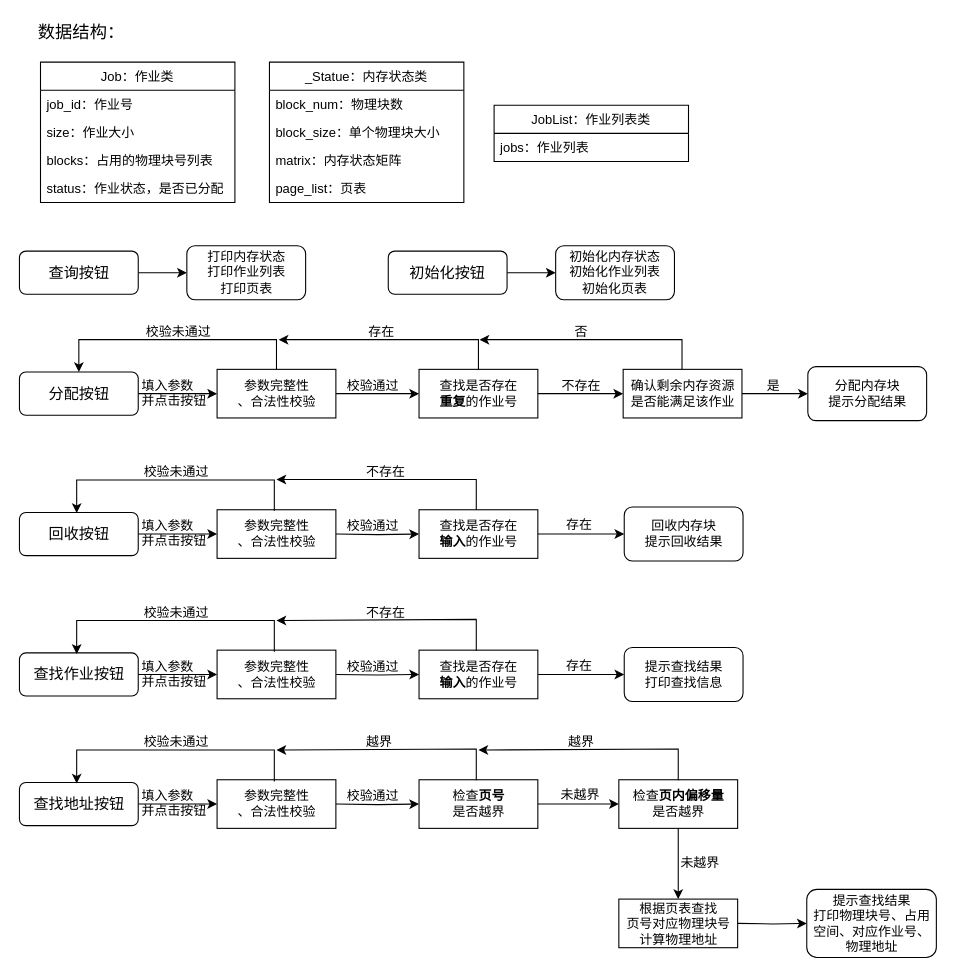
Above: 实验四-基本分页存储管理/实验四流程.drawio in DrSHW/OS-experiments (draw.io), before the change. Source tidied: cells renumbered, new cells numbered last; positions are measured from the earlier drawing's top-left corner, leaving out a move shared by most shapes. Both pictures are drawn from the tidied source at 108%, with x=0, y=0 at pixel (18, 18).
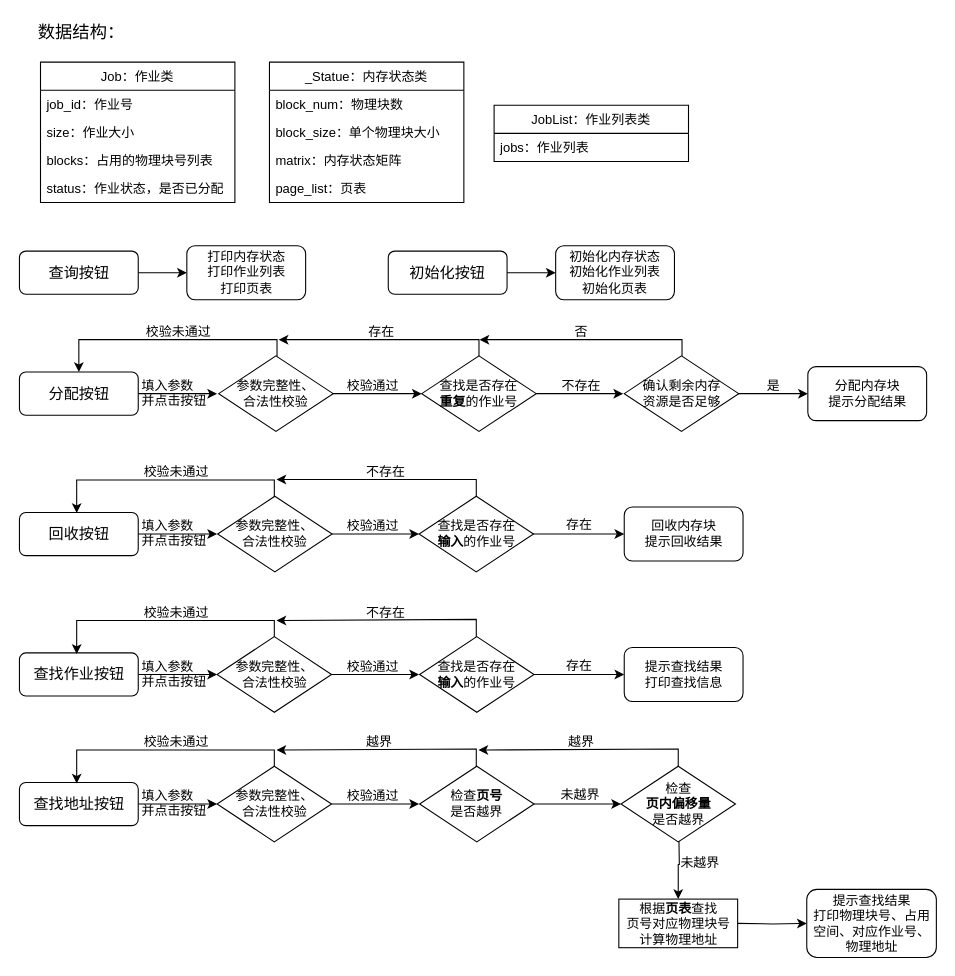
Above is the later version.

The change refers to these unchanged cells:
```xml
<mxCell id="2" value="&lt;font style=&quot;font-size: 14px&quot;&gt;分配按钮&lt;/font&gt;" style="rounded=1;whiteSpace=wrap;html=1;" parent="1" vertex="1">
  <mxGeometry x="0.5" y="327" width="110" height="40" as="geometry" />
</mxCell>
<mxCell id="19" value="&lt;font style=&quot;font-size: 12px&quot;&gt;分配内存块&lt;br&gt;提示分配结果&lt;br&gt;&lt;/font&gt;" style="rounded=1;whiteSpace=wrap;html=1;" parent="1" vertex="1">
  <mxGeometry x="730.5" y="322" width="110" height="50" as="geometry" />
</mxCell>
```

Change to the diagram source:
```diff
@@
-    <mxCell id="3" style="edgeStyle=orthogonalEdgeStyle;rounded=0;jettySize=auto;html=1;" parent="1" edge="1" source="4" target="6">
+    <mxCell id="3" style="edgeStyle=orthogonalEdgeStyle;rounded=0;jettySize=auto;html=1;exitX=0.991;exitY=0.5;exitDx=0;exitDy=0;exitPerimeter=0;entryX=0;entryY=0.5;entryDx=0;entryDy=0;" parent="1" edge="1" source="93" target="6">
       <mxGeometry relative="1" as="geometry" />
     </mxCell>
-    <mxCell id="4" value="参数完整性&lt;br&gt;、合法性校验" style="rounded=0;whiteSpace=wrap;html=1;" parent="1" vertex="1">
-      <mxGeometry x="183.5" y="324.5" width="110" height="45" as="geometry" />
-    </mxCell>
-    <mxCell id="5" style="edgeStyle=orthogonalEdgeStyle;rounded=0;jettySize=auto;html=1;" parent="1" edge="1" source="6" target="8">
-      <mxGeometry relative="1" as="geometry" />
+    <mxCell id="5" style="edgeStyle=orthogonalEdgeStyle;rounded=0;jettySize=auto;html=1;exitX=1;exitY=0.5;exitDx=0;exitDy=0;" parent="1" edge="1" source="6">
+      <mxGeometry relative="1" as="geometry">
+        <mxPoint x="559.5" y="347" as="targetPoint" />
+      </mxGeometry>
     </mxCell>
-    <mxCell id="6" value="查找是否存在&lt;br&gt;&lt;b&gt;重复&lt;/b&gt;的作业号" style="rounded=0;whiteSpace=wrap;html=1;" parent="1" vertex="1">
-      <mxGeometry x="370.5" y="324.5" width="110" height="45" as="geometry" />
-    </mxCell>
-    <mxCell id="7" style="edgeStyle=orthogonalEdgeStyle;rounded=0;jettySize=auto;html=1;entryX=0;entryY=0.5;entryDx=0;entryDy=0;" parent="1" edge="1" source="8" target="19">
+    <mxCell id="7" style="edgeStyle=orthogonalEdgeStyle;rounded=0;jettySize=auto;html=1;entryX=0;entryY=0.5;entryDx=0;entryDy=0;exitX=0.939;exitY=0.5;exitDx=0;exitDy=0;exitPerimeter=0;" parent="1" edge="1" source="94" target="19">
       <mxGeometry relative="1" as="geometry" />
     </mxCell>
-    <mxCell id="8" value="确认剩余内存资源&lt;br&gt;是否能满足该作业" style="rounded=0;whiteSpace=wrap;html=1;" parent="1" vertex="1">
-      <mxGeometry x="559.5" y="324.5" width="110" height="45" as="geometry" />
-    </mxCell>
-    <mxCell id="9" style="endArrow=classic;html=1;entryX=0;entryY=0.5;entryDx=0;entryDy=0;" parent="1" edge="1" target="4">
+    <mxCell id="9" style="endArrow=classic;html=1;entryX=0;entryY=0.5;entryDx=0;entryDy=0;" parent="1" edge="1">
       <mxGeometry relative="1" as="geometry">
         <mxPoint x="110.5" y="347" as="sourcePoint" />
+        <mxPoint x="183.5" y="347" as="targetPoint" />
       </mxGeometry>
     </mxCell>
@@
-    <mxCell id="12" style="endArrow=classic;html=1;entryX=0.5;entryY=0;entryDx=0;entryDy=0;edgeStyle=orthogonalEdgeStyle;exitX=0.5;exitY=0;exitDx=0;exitDy=0;rounded=0;" parent="1" edge="1" source="4" target="2">
+    <mxCell id="12" style="endArrow=classic;html=1;entryX=0.5;entryY=0;entryDx=0;entryDy=0;edgeStyle=orthogonalEdgeStyle;exitX=0.5;exitY=0;exitDx=0;exitDy=0;rounded=0;" parent="1" edge="1" target="2">
       <mxGeometry relative="1" as="geometry">
+        <mxPoint x="239" y="325" as="sourcePoint" />
         <Array as="points">
           <mxPoint x="238.5" y="297" />
           <mxPoint x="55.5" y="297" />
         </Array>
       </mxGeometry>
     </mxCell>
@@
-    <mxCell id="14" style="endArrow=classic;html=1;edgeStyle=orthogonalEdgeStyle;rounded=0;exitX=0.5;exitY=0;exitDx=0;exitDy=0;" parent="1" edge="1" source="6">
+    <mxCell id="14" style="endArrow=classic;html=1;edgeStyle=orthogonalEdgeStyle;rounded=0;exitX=0.5;exitY=0;exitDx=0;exitDy=0;" parent="1" edge="1">
       <mxGeometry relative="1" as="geometry">
+        <mxPoint x="426" y="325" as="sourcePoint" />
         <mxPoint x="240.5" y="297" as="targetPoint" />
         <Array as="points">
           <mxPoint x="425.5" y="297" />
         </Array>
       </mxGeometry>
     </mxCell>
@@
-    <mxCell id="22" value="参数完整性&lt;br&gt;、合法性校验" style="rounded=0;whiteSpace=wrap;html=1;" parent="1" vertex="1">
-      <mxGeometry x="183.5" y="454.5" width="110" height="45" as="geometry" />
-    </mxCell>
-    <mxCell id="23" style="endArrow=classic;html=1;entryX=0;entryY=0.5;entryDx=0;entryDy=0;" parent="1" edge="1" target="22">
+    <mxCell id="23" style="endArrow=classic;html=1;entryX=0;entryY=0.5;entryDx=0;entryDy=0;" parent="1" edge="1">
       <mxGeometry relative="1" as="geometry">
         <mxPoint x="110.5" y="477" as="sourcePoint" />
+        <mxPoint x="183.5" y="477" as="targetPoint" />
       </mxGeometry>
     </mxCell>
@@
-    <mxCell id="25" style="edgeStyle=orthogonalEdgeStyle;rounded=0;jettySize=auto;html=1;" parent="1" edge="1" target="27">
+    <mxCell id="25" style="edgeStyle=orthogonalEdgeStyle;rounded=0;jettySize=auto;html=1;exitX=1;exitY=0.5;exitDx=0;exitDy=0;" parent="1" edge="1" source="89">
       <mxGeometry relative="1" as="geometry">
-        <mxPoint x="293.5" y="477" as="sourcePoint" />
+        <mxPoint x="370.5" y="477" as="targetPoint" />
       </mxGeometry>
     </mxCell>
-    <mxCell id="26" style="edgeStyle=orthogonalEdgeStyle;rounded=0;jettySize=auto;html=1;" parent="1" edge="1" source="27">
+    <mxCell id="26" style="edgeStyle=orthogonalEdgeStyle;rounded=0;jettySize=auto;html=1;exitX=0.939;exitY=0.5;exitDx=0;exitDy=0;exitPerimeter=0;" parent="1" edge="1" source="90">
       <mxGeometry relative="1" as="geometry">
         <mxPoint x="560.5" y="477" as="targetPoint" />
       </mxGeometry>
     </mxCell>
-    <mxCell id="27" value="查找是否存在&lt;br&gt;&lt;b&gt;输入&lt;/b&gt;的作业号" style="rounded=0;whiteSpace=wrap;html=1;" parent="1" vertex="1">
-      <mxGeometry x="370.5" y="454.5" width="110" height="45" as="geometry" />
-    </mxCell>
@@
-    <mxCell id="42" value="参数完整性&lt;br&gt;、合法性校验" style="rounded=0;whiteSpace=wrap;html=1;" parent="1" vertex="1">
-      <mxGeometry x="183.5" y="584.5" width="110" height="45" as="geometry" />
-    </mxCell>
-    <mxCell id="43" style="endArrow=classic;html=1;entryX=0;entryY=0.5;entryDx=0;entryDy=0;" parent="1" edge="1" target="42">
+    <mxCell id="43" style="endArrow=classic;html=1;entryX=0;entryY=0.5;entryDx=0;entryDy=0;" parent="1" edge="1">
       <mxGeometry relative="1" as="geometry">
         <mxPoint x="110.5" y="607" as="sourcePoint" />
+        <mxPoint x="183.5" y="607" as="targetPoint" />
       </mxGeometry>
     </mxCell>
@@
-    <mxCell id="45" style="edgeStyle=orthogonalEdgeStyle;rounded=0;jettySize=auto;html=1;" parent="1" edge="1" target="47">
+    <mxCell id="45" style="edgeStyle=orthogonalEdgeStyle;rounded=0;jettySize=auto;html=1;" parent="1" edge="1" source="91">
       <mxGeometry relative="1" as="geometry">
-        <mxPoint x="293.5" y="607" as="sourcePoint" />
+        <mxPoint x="370.5" y="607" as="targetPoint" />
       </mxGeometry>
     </mxCell>
-    <mxCell id="46" style="edgeStyle=orthogonalEdgeStyle;rounded=0;jettySize=auto;html=1;" parent="1" edge="1" source="47">
+    <mxCell id="46" style="edgeStyle=orthogonalEdgeStyle;rounded=0;jettySize=auto;html=1;exitX=1;exitY=0.5;exitDx=0;exitDy=0;" parent="1" edge="1" source="95">
       <mxGeometry relative="1" as="geometry">
         <mxPoint x="560.5" y="607" as="targetPoint" />
       </mxGeometry>
     </mxCell>
-    <mxCell id="47" value="查找是否存在&lt;br&gt;&lt;b&gt;输入&lt;/b&gt;的作业号" style="rounded=0;whiteSpace=wrap;html=1;" parent="1" vertex="1">
-      <mxGeometry x="370.5" y="584.5" width="110" height="45" as="geometry" />
-    </mxCell>
@@
-    <mxCell id="56" value="参数完整性&lt;br&gt;、合法性校验" style="rounded=0;whiteSpace=wrap;html=1;" parent="1" vertex="1">
-      <mxGeometry x="183.5" y="704.5" width="110" height="45" as="geometry" />
-    </mxCell>
-    <mxCell id="57" style="endArrow=classic;html=1;entryX=0;entryY=0.5;entryDx=0;entryDy=0;" parent="1" edge="1" target="56">
+    <mxCell id="57" style="endArrow=classic;html=1;entryX=0;entryY=0.5;entryDx=0;entryDy=0;" parent="1" edge="1">
       <mxGeometry relative="1" as="geometry">
         <mxPoint x="110.5" y="727" as="sourcePoint" />
+        <mxPoint x="183.5" y="727" as="targetPoint" />
       </mxGeometry>
     </mxCell>
@@
-    <mxCell id="59" style="edgeStyle=orthogonalEdgeStyle;rounded=0;jettySize=auto;html=1;" parent="1" edge="1" target="61">
+    <mxCell id="59" style="edgeStyle=orthogonalEdgeStyle;rounded=0;jettySize=auto;html=1;exitX=1;exitY=0.5;exitDx=0;exitDy=0;" parent="1" edge="1" source="92">
       <mxGeometry relative="1" as="geometry">
-        <mxPoint x="293.5" y="727" as="sourcePoint" />
+        <mxPoint x="370.5" y="727" as="targetPoint" />
       </mxGeometry>
     </mxCell>
-    <mxCell id="60" style="edgeStyle=orthogonalEdgeStyle;rounded=0;jettySize=auto;html=1;entryX=0;entryY=0.5;entryDx=0;entryDy=0;" parent="1" edge="1" source="61" target="68">
+    <mxCell id="60" style="edgeStyle=orthogonalEdgeStyle;rounded=0;jettySize=auto;html=1;entryX=0;entryY=0.5;entryDx=0;entryDy=0;exitX=1;exitY=0.5;exitDx=0;exitDy=0;" parent="1" edge="1" source="61" target="68">
       <mxGeometry relative="1" as="geometry" />
     </mxCell>
-    <mxCell id="61" value="检查&lt;b&gt;页号&lt;br&gt;&lt;/b&gt;是否越界" style="rounded=0;whiteSpace=wrap;html=1;" parent="1" vertex="1">
-      <mxGeometry x="370.5" y="704.5" width="110" height="45" as="geometry" />
-    </mxCell>
@@
-    <mxCell id="68" value="检查&lt;b&gt;页内偏移量&lt;/b&gt;&lt;br&gt;是否越界" style="rounded=0;whiteSpace=wrap;html=1;" parent="1" vertex="1">
-      <mxGeometry x="555.5" y="704.5" width="110" height="45" as="geometry" />
-    </mxCell>
@@
-    <mxCell id="71" style="edgeStyle=orthogonalEdgeStyle;rounded=0;jettySize=auto;html=1;entryX=0.5;entryY=0;entryDx=0;entryDy=0;exitX=0.5;exitY=1;exitDx=0;exitDy=0;" parent="1" edge="1" source="68" target="73">
-      <mxGeometry relative="1" as="geometry" />
+    <mxCell id="71" style="edgeStyle=orthogonalEdgeStyle;rounded=0;jettySize=auto;html=1;entryX=0.5;entryY=0;entryDx=0;entryDy=0;exitX=0.5;exitY=1;exitDx=0;exitDy=0;" parent="1" edge="1" target="73">
+      <mxGeometry relative="1" as="geometry">
+        <mxPoint x="611" y="750" as="sourcePoint" />
+      </mxGeometry>
     </mxCell>
@@
-    <mxCell id="73" value="根据页表查找&lt;br&gt;页号对应物理块号&lt;br&gt;计算物理地址" style="rounded=0;whiteSpace=wrap;html=1;" parent="1" vertex="1">
+    <mxCell id="73" value="根据&lt;b&gt;页表&lt;/b&gt;查找&lt;br&gt;页号对应物理块号&lt;br&gt;计算物理地址" style="rounded=0;whiteSpace=wrap;html=1;" parent="1" vertex="1">
       <mxGeometry x="555.5" y="815" width="110" height="45" as="geometry" />
     </mxCell>
@@
+    <mxCell id="89" value="&lt;span style=&quot;white-space: normal&quot;&gt;参数完整性&lt;/span&gt;&lt;span style=&quot;white-space: normal&quot;&gt;、&lt;br&gt;合法性校验&lt;/span&gt;" style="rhombus;whiteSpace=wrap;html=1;" parent="1" vertex="1">
+      <mxGeometry x="184" y="442" width="106" height="70" as="geometry" />
+    </mxCell>
+    <mxCell id="90" value="查找是否存在&lt;br&gt;&lt;b&gt;输入&lt;/b&gt;的作业号" style="rhombus;whiteSpace=wrap;html=1;" parent="1" vertex="1">
+      <mxGeometry x="370.5" y="442" width="106" height="70" as="geometry" />
+    </mxCell>
+    <mxCell id="91" value="&lt;span style=&quot;white-space: normal&quot;&gt;参数完整性&lt;/span&gt;&lt;span style=&quot;white-space: normal&quot;&gt;、&lt;br&gt;合法性校验&lt;/span&gt;" style="rhombus;whiteSpace=wrap;html=1;" parent="1" vertex="1">
+      <mxGeometry x="183.5" y="572" width="106" height="70" as="geometry" />
+    </mxCell>
+    <mxCell id="92" value="&lt;span style=&quot;white-space: normal&quot;&gt;参数完整性&lt;/span&gt;&lt;span style=&quot;white-space: normal&quot;&gt;、&lt;br&gt;合法性校验&lt;/span&gt;" style="rhombus;whiteSpace=wrap;html=1;" parent="1" vertex="1">
+      <mxGeometry x="183.5" y="692" width="106" height="70" as="geometry" />
+    </mxCell>
+    <mxCell id="93" value="&lt;span style=&quot;white-space: normal&quot;&gt;参数完整性&lt;/span&gt;&lt;span style=&quot;white-space: normal&quot;&gt;、&lt;br&gt;合法性校验&lt;/span&gt;" style="rhombus;whiteSpace=wrap;html=1;" parent="1" vertex="1">
+      <mxGeometry x="185" y="312" width="106" height="70" as="geometry" />
+    </mxCell>
+    <mxCell id="6" value="查找是否存在&lt;br&gt;&lt;b&gt;重复&lt;/b&gt;的作业号" style="rhombus;whiteSpace=wrap;html=1;" parent="1" vertex="1">
+      <mxGeometry x="373" y="312" width="106" height="70" as="geometry" />
+    </mxCell>
+    <mxCell id="94" value="确认剩余内存&lt;br&gt;资源是否足够" style="rhombus;whiteSpace=wrap;html=1;" parent="1" vertex="1">
+      <mxGeometry x="560.5" y="312" width="106" height="70" as="geometry" />
+    </mxCell>
+    <mxCell id="95" value="查找是否存在&lt;br&gt;&lt;b&gt;输入&lt;/b&gt;的作业号" style="rhombus;whiteSpace=wrap;html=1;" parent="1" vertex="1">
+      <mxGeometry x="371" y="572" width="106" height="70" as="geometry" />
+    </mxCell>
+    <mxCell id="61" value="检查&lt;b&gt;页号&lt;br&gt;&lt;/b&gt;是否越界" style="rhombus;whiteSpace=wrap;html=1;" parent="1" vertex="1">
+      <mxGeometry x="371" y="692" width="106" height="70" as="geometry" />
+    </mxCell>
+    <mxCell id="68" value="检查&lt;br&gt;&lt;b&gt;页内偏移量&lt;/b&gt;&lt;br&gt;是否越界" style="rhombus;whiteSpace=wrap;html=1;" parent="1" vertex="1">
+      <mxGeometry x="557.5" y="692" width="106" height="70" as="geometry" />
+    </mxCell>
```
